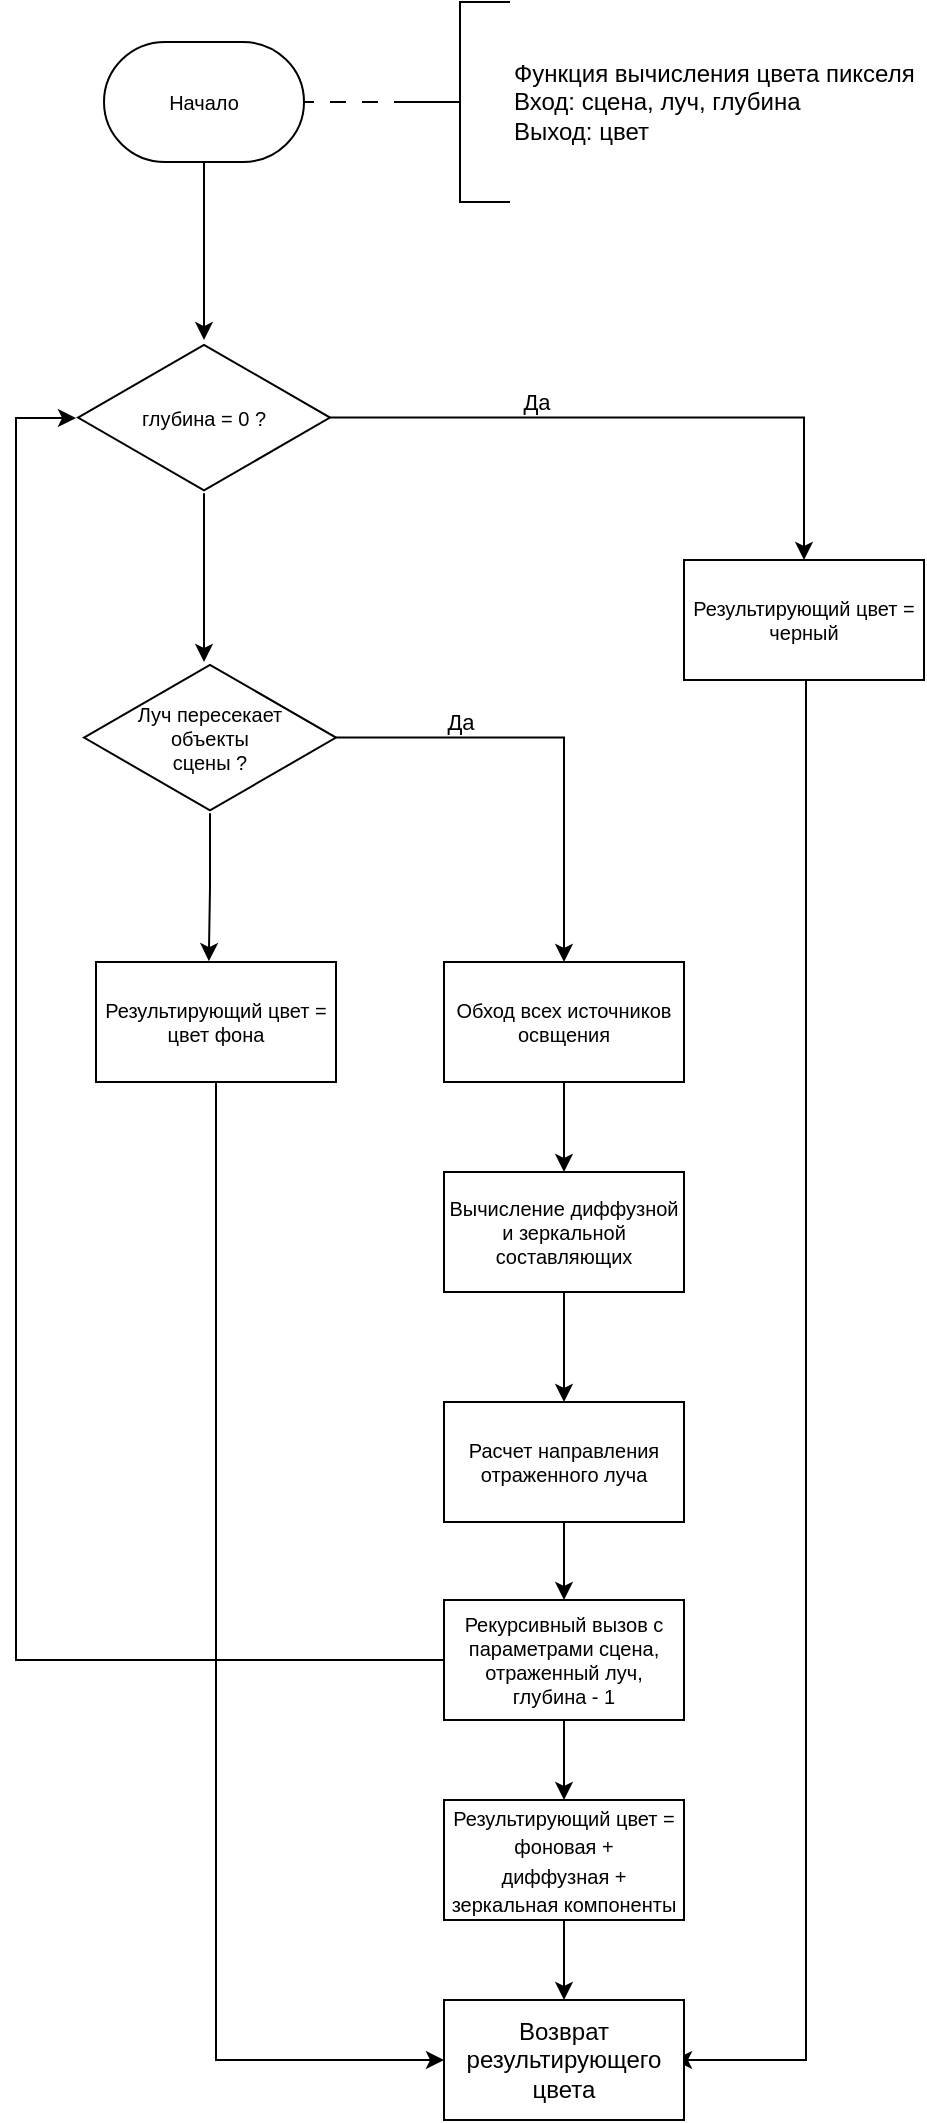
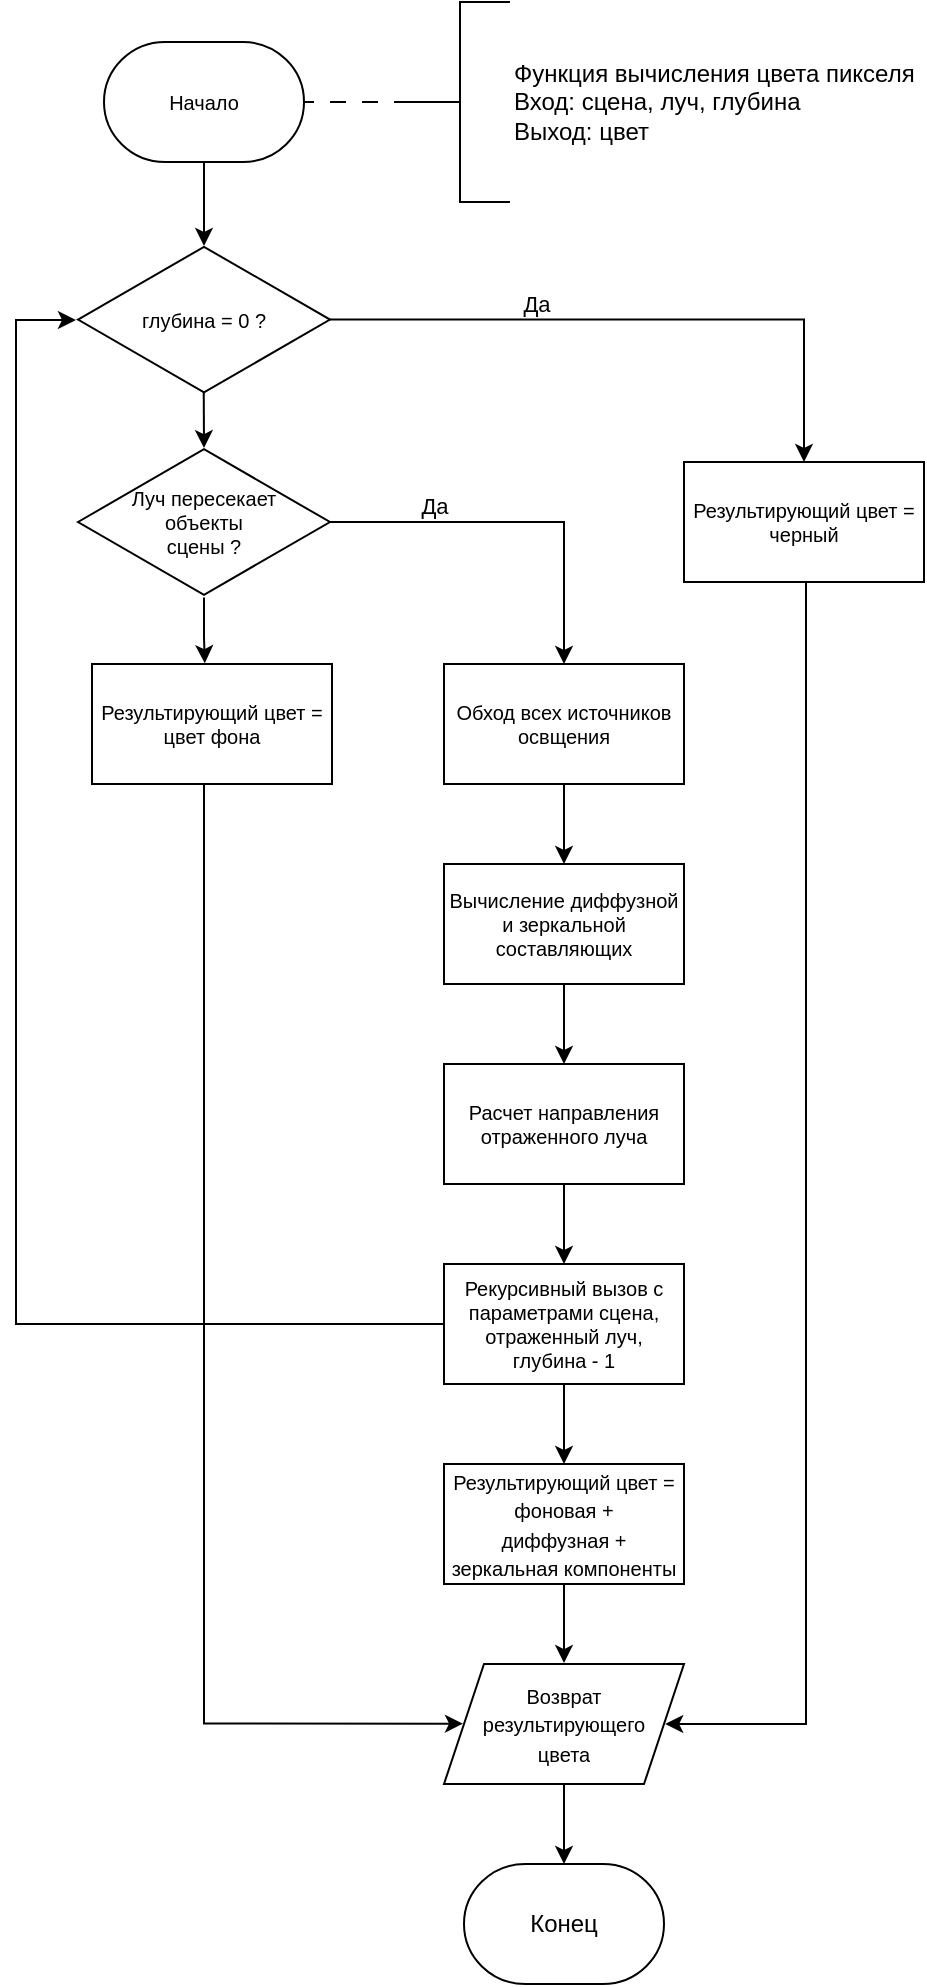
<mxfile host="Electron" agent="Mozilla/5.0 (Windows NT 10.0; Win64; x64) AppleWebKit/537.36 (KHTML, like Gecko) draw.io/26.0.9 Chrome/128.0.6613.186 Electron/32.2.5 Safari/537.36" version="26.0.9">
  <diagram name="Страница — 1" id="JgPFXq7IQemjubNMsndn">
    <mxGraphModel dx="1687" dy="984" grid="1" gridSize="10" guides="1" tooltips="1" connect="1" arrows="1" fold="1" page="1" pageScale="1" pageWidth="827" pageHeight="1169" math="0" shadow="0">
      <root>
        <mxCell id="0" />
        <mxCell id="1" parent="0" />
-         <mxCell id="5NBw73Jhj3xr7V2QmZJ9-1" style="edgeStyle=orthogonalEdgeStyle;rounded=0;orthogonalLoop=1;jettySize=auto;html=1;exitX=0.5;exitY=1;exitDx=0;exitDy=0;entryX=0;entryY=0.5;entryDx=0;entryDy=0;" edge="1" parent="1" source="PTgwIgAsGBQvlemEZ9Fp-4" target="PTgwIgAsGBQvlemEZ9Fp-44">
-           <mxGeometry relative="1" as="geometry" />
+         <mxCell id="pQEX-bEADJOFn7PwIdrX-4" style="edgeStyle=orthogonalEdgeStyle;rounded=0;orthogonalLoop=1;jettySize=auto;html=1;entryX=0.079;entryY=0.497;entryDx=0;entryDy=0;entryPerimeter=0;" parent="1" edge="1" target="pQEX-bEADJOFn7PwIdrX-2">
+           <mxGeometry relative="1" as="geometry">
+             <mxPoint x="304" y="420" as="sourcePoint" />
+             <mxPoint x="420" y="890" as="targetPoint" />
+             <Array as="points">
+               <mxPoint x="304" y="890" />
+             </Array>
+           </mxGeometry>
        </mxCell>
        <mxCell id="PTgwIgAsGBQvlemEZ9Fp-4" value="Результирующий цвет = цвет фона" style="whiteSpace=wrap;html=1;rounded=0;fontSize=10;" parent="1" vertex="1">
-           <mxGeometry x="250" y="501" width="120" height="60" as="geometry" />
+           <mxGeometry x="248" y="360" width="120" height="60" as="geometry" />
        </mxCell>
        <mxCell id="PTgwIgAsGBQvlemEZ9Fp-18" value="" style="edgeStyle=orthogonalEdgeStyle;rounded=0;orthogonalLoop=1;jettySize=auto;html=1;" parent="1" source="PTgwIgAsGBQvlemEZ9Fp-6" target="PTgwIgAsGBQvlemEZ9Fp-17" edge="1">
          <mxGeometry relative="1" as="geometry" />
        </mxCell>
        <mxCell id="PTgwIgAsGBQvlemEZ9Fp-6" value="Обход всех источников освщения" style="whiteSpace=wrap;html=1;rounded=0;fontSize=10;" parent="1" vertex="1">
-           <mxGeometry x="424" y="501" width="120" height="60" as="geometry" />
+           <mxGeometry x="424" y="360" width="120" height="60" as="geometry" />
        </mxCell>
        <mxCell id="PTgwIgAsGBQvlemEZ9Fp-20" value="" style="edgeStyle=orthogonalEdgeStyle;rounded=0;orthogonalLoop=1;jettySize=auto;html=1;" parent="1" source="PTgwIgAsGBQvlemEZ9Fp-17" target="PTgwIgAsGBQvlemEZ9Fp-19" edge="1">
          <mxGeometry relative="1" as="geometry" />
        </mxCell>
        <mxCell id="PTgwIgAsGBQvlemEZ9Fp-17" value="Вычисление диффузной и зеркальной составляющих" style="whiteSpace=wrap;html=1;rounded=0;fontSize=10;" parent="1" vertex="1">
-           <mxGeometry x="424" y="606" width="120" height="60" as="geometry" />
+           <mxGeometry x="424" y="460" width="120" height="60" as="geometry" />
        </mxCell>
        <mxCell id="PTgwIgAsGBQvlemEZ9Fp-40" value="" style="edgeStyle=orthogonalEdgeStyle;rounded=0;orthogonalLoop=1;jettySize=auto;html=1;" parent="1" source="PTgwIgAsGBQvlemEZ9Fp-19" target="PTgwIgAsGBQvlemEZ9Fp-39" edge="1">
          <mxGeometry relative="1" as="geometry" />
        </mxCell>
        <mxCell id="PTgwIgAsGBQvlemEZ9Fp-19" value="Расчет направления отраженного луча" style="whiteSpace=wrap;html=1;rounded=0;fontSize=10;" parent="1" vertex="1">
-           <mxGeometry x="424" y="721" width="120" height="60" as="geometry" />
+           <mxGeometry x="424" y="560" width="120" height="60" as="geometry" />
        </mxCell>
        <mxCell id="PTgwIgAsGBQvlemEZ9Fp-23" value="Начало" style="strokeWidth=1;html=1;shape=mxgraph.flowchart.terminator;whiteSpace=wrap;fontSize=10;" parent="1" vertex="1">
-           <mxGeometry x="254" y="41" width="100" height="60" as="geometry" />
+           <mxGeometry x="254" y="49" width="100" height="60" as="geometry" />
        </mxCell>
        <mxCell id="PTgwIgAsGBQvlemEZ9Fp-25" value="" style="edgeStyle=orthogonalEdgeStyle;rounded=0;orthogonalLoop=1;jettySize=auto;html=1;endArrow=none;startFill=0;dashed=1;dashPattern=8 8;" parent="1" source="PTgwIgAsGBQvlemEZ9Fp-24" target="PTgwIgAsGBQvlemEZ9Fp-23" edge="1">
          <mxGeometry relative="1" as="geometry" />
        </mxCell>
        <mxCell id="PTgwIgAsGBQvlemEZ9Fp-24" value="Функция вычисления цвета пикселя&lt;div&gt;Вход: сцена, луч, глубина&lt;/div&gt;&lt;div&gt;Выход: цвет&lt;/div&gt;" style="strokeWidth=1;html=1;shape=mxgraph.flowchart.annotation_2;align=left;labelPosition=right;pointerEvents=1;" parent="1" vertex="1">
-           <mxGeometry x="407" y="21" width="50" height="100" as="geometry" />
+           <mxGeometry x="407" y="29" width="50" height="100" as="geometry" />
        </mxCell>
        <mxCell id="PTgwIgAsGBQvlemEZ9Fp-29" style="edgeStyle=orthogonalEdgeStyle;rounded=0;orthogonalLoop=1;jettySize=auto;html=1;entryX=0.5;entryY=0;entryDx=0;entryDy=0;" parent="1" source="PTgwIgAsGBQvlemEZ9Fp-28" target="PTgwIgAsGBQvlemEZ9Fp-6" edge="1">
          <mxGeometry relative="1" as="geometry" />
        </mxCell>
        <mxCell id="PTgwIgAsGBQvlemEZ9Fp-38" value="Да" style="edgeLabel;html=1;align=center;verticalAlign=middle;resizable=0;points=[];" parent="PTgwIgAsGBQvlemEZ9Fp-29" vertex="1" connectable="0">
          <mxGeometry x="-0.5113" y="3" relative="1" as="geometry">
            <mxPoint x="6" y="-5" as="offset" />
          </mxGeometry>
        </mxCell>
        <mxCell id="PTgwIgAsGBQvlemEZ9Fp-28" value="&lt;font&gt;Луч пересекает&lt;/font&gt;&lt;div&gt;&lt;font&gt;объекты&lt;/font&gt;&lt;/div&gt;&lt;div&gt;&lt;font&gt;сцены ?&lt;/font&gt;&lt;/div&gt;" style="html=1;whiteSpace=wrap;aspect=fixed;shape=isoRectangle;fontSize=10;" parent="1" vertex="1">
-           <mxGeometry x="244" y="351" width="126" height="75.6" as="geometry" />
+           <mxGeometry x="241" y="251.2" width="126" height="75.6" as="geometry" />
        </mxCell>
        <mxCell id="PTgwIgAsGBQvlemEZ9Fp-30" style="edgeStyle=orthogonalEdgeStyle;rounded=0;orthogonalLoop=1;jettySize=auto;html=1;entryX=0.47;entryY=-0.007;entryDx=0;entryDy=0;entryPerimeter=0;" parent="1" source="PTgwIgAsGBQvlemEZ9Fp-28" target="PTgwIgAsGBQvlemEZ9Fp-4" edge="1">
          <mxGeometry relative="1" as="geometry" />
        </mxCell>
        <mxCell id="PTgwIgAsGBQvlemEZ9Fp-35" value="" style="edgeStyle=orthogonalEdgeStyle;rounded=0;orthogonalLoop=1;jettySize=auto;html=1;" parent="1" source="PTgwIgAsGBQvlemEZ9Fp-33" target="PTgwIgAsGBQvlemEZ9Fp-34" edge="1">
          <mxGeometry relative="1" as="geometry" />
        </mxCell>
        <mxCell id="PTgwIgAsGBQvlemEZ9Fp-36" value="Да" style="edgeLabel;html=1;align=center;verticalAlign=middle;resizable=0;points=[];" parent="PTgwIgAsGBQvlemEZ9Fp-35" vertex="1" connectable="0">
          <mxGeometry x="-0.3322" y="-4" relative="1" as="geometry">
            <mxPoint y="-12" as="offset" />
          </mxGeometry>
        </mxCell>
-         <mxCell id="PTgwIgAsGBQvlemEZ9Fp-37" value="" style="edgeStyle=orthogonalEdgeStyle;rounded=0;orthogonalLoop=1;jettySize=auto;html=1;" parent="1" source="PTgwIgAsGBQvlemEZ9Fp-33" target="PTgwIgAsGBQvlemEZ9Fp-28" edge="1">
+         <mxCell id="PTgwIgAsGBQvlemEZ9Fp-33" value="глубина = 0 ?" style="html=1;whiteSpace=wrap;aspect=fixed;shape=isoRectangle;fontSize=10;" parent="1" vertex="1">
+           <mxGeometry x="241" y="150" width="126" height="75.6" as="geometry" />
+         </mxCell>
+         <mxCell id="5NBw73Jhj3xr7V2QmZJ9-2" style="edgeStyle=orthogonalEdgeStyle;rounded=0;orthogonalLoop=1;jettySize=auto;html=1;entryX=0.922;entryY=0.487;entryDx=0;entryDy=0;entryPerimeter=0;" parent="1" target="pQEX-bEADJOFn7PwIdrX-2" edge="1">
          <mxGeometry relative="1" as="geometry">
+             <mxPoint x="539" y="1009" as="targetPoint" />
+             <mxPoint x="605" y="319" as="sourcePoint" />
            <Array as="points">
-               <mxPoint x="304" y="321" />
-               <mxPoint x="304" y="321" />
-             </Array>
-           </mxGeometry>
-         </mxCell>
-         <mxCell id="PTgwIgAsGBQvlemEZ9Fp-33" value="глубина = 0 ?" style="html=1;whiteSpace=wrap;aspect=fixed;shape=isoRectangle;fontSize=10;" parent="1" vertex="1">
-           <mxGeometry x="241" y="191" width="126" height="75.6" as="geometry" />
-         </mxCell>
-         <mxCell id="5NBw73Jhj3xr7V2QmZJ9-2" style="edgeStyle=orthogonalEdgeStyle;rounded=0;orthogonalLoop=1;jettySize=auto;html=1;entryX=1;entryY=0.5;entryDx=0;entryDy=0;" edge="1" parent="1">
-           <mxGeometry relative="1" as="geometry">
-             <mxPoint x="539" y="1050" as="targetPoint" />
-             <mxPoint x="605" y="360" as="sourcePoint" />
-             <Array as="points">
-               <mxPoint x="605" y="1050" />
+               <mxPoint x="605" y="890" />
+               <mxPoint x="535" y="890" />
            </Array>
          </mxGeometry>
        </mxCell>
        <mxCell id="PTgwIgAsGBQvlemEZ9Fp-34" value="Результирующий цвет = черный" style="whiteSpace=wrap;html=1;fontSize=10;" parent="1" vertex="1">
-           <mxGeometry x="544" y="300" width="120" height="60" as="geometry" />
+           <mxGeometry x="544" y="259" width="120" height="60" as="geometry" />
        </mxCell>
        <mxCell id="PTgwIgAsGBQvlemEZ9Fp-43" value="" style="edgeStyle=orthogonalEdgeStyle;rounded=0;orthogonalLoop=1;jettySize=auto;html=1;" parent="1" source="PTgwIgAsGBQvlemEZ9Fp-39" target="PTgwIgAsGBQvlemEZ9Fp-42" edge="1">
          <mxGeometry relative="1" as="geometry" />
        </mxCell>
        <mxCell id="PTgwIgAsGBQvlemEZ9Fp-39" value="Рекурсивный вызов с параметрами сцена, отраженный луч, глубина - 1" style="whiteSpace=wrap;html=1;rounded=0;fontSize=10;" parent="1" vertex="1">
-           <mxGeometry x="424" y="820" width="120" height="60" as="geometry" />
+           <mxGeometry x="424" y="660" width="120" height="60" as="geometry" />
        </mxCell>
-         <mxCell id="PTgwIgAsGBQvlemEZ9Fp-46" style="edgeStyle=orthogonalEdgeStyle;rounded=0;orthogonalLoop=1;jettySize=auto;html=1;exitX=0.5;exitY=1;exitDx=0;exitDy=0;entryX=0.5;entryY=0;entryDx=0;entryDy=0;" parent="1" source="PTgwIgAsGBQvlemEZ9Fp-42" target="PTgwIgAsGBQvlemEZ9Fp-44" edge="1">
-           <mxGeometry relative="1" as="geometry" />
+         <mxCell id="PTgwIgAsGBQvlemEZ9Fp-46" style="edgeStyle=orthogonalEdgeStyle;rounded=0;orthogonalLoop=1;jettySize=auto;html=1;exitX=0.5;exitY=1;exitDx=0;exitDy=0;entryX=0.5;entryY=-0.008;entryDx=0;entryDy=0;entryPerimeter=0;" parent="1" source="PTgwIgAsGBQvlemEZ9Fp-42" target="pQEX-bEADJOFn7PwIdrX-2" edge="1">
+           <mxGeometry relative="1" as="geometry">
+             <mxPoint x="484" y="979" as="targetPoint" />
+           </mxGeometry>
        </mxCell>
        <mxCell id="PTgwIgAsGBQvlemEZ9Fp-42" value="&lt;font style=&quot;font-size: 10px;&quot;&gt;Результирующий цвет = фоновая +&lt;/font&gt;&lt;div&gt;&lt;font style=&quot;font-size: 10px;&quot;&gt;диффузная + зеркальная компоненты&lt;/font&gt;&lt;/div&gt;" style="whiteSpace=wrap;html=1;rounded=0;" parent="1" vertex="1">
-           <mxGeometry x="424" y="920" width="120" height="60" as="geometry" />
+           <mxGeometry x="424" y="760" width="120" height="60" as="geometry" />
        </mxCell>
-         <mxCell id="PTgwIgAsGBQvlemEZ9Fp-44" value="Возврат результирующего цвета" style="whiteSpace=wrap;html=1;rounded=0;" parent="1" vertex="1">
-           <mxGeometry x="424" y="1020" width="120" height="60" as="geometry" />
-         </mxCell>
-         <mxCell id="PTgwIgAsGBQvlemEZ9Fp-47" style="edgeStyle=orthogonalEdgeStyle;rounded=0;orthogonalLoop=1;jettySize=auto;html=1;entryX=0.5;entryY=-0.013;entryDx=0;entryDy=0;entryPerimeter=0;" parent="1" source="PTgwIgAsGBQvlemEZ9Fp-23" target="PTgwIgAsGBQvlemEZ9Fp-33" edge="1">
+         <mxCell id="PTgwIgAsGBQvlemEZ9Fp-47" style="edgeStyle=orthogonalEdgeStyle;rounded=0;orthogonalLoop=1;jettySize=auto;html=1;entryX=0.5;entryY=0.013;entryDx=0;entryDy=0;entryPerimeter=0;" parent="1" source="PTgwIgAsGBQvlemEZ9Fp-23" target="PTgwIgAsGBQvlemEZ9Fp-33" edge="1">
          <mxGeometry relative="1" as="geometry" />
        </mxCell>
        <mxCell id="_MBhO8ekqR_m6X86OL6a-1" style="edgeStyle=orthogonalEdgeStyle;rounded=0;orthogonalLoop=1;jettySize=auto;html=1;exitX=0;exitY=0.5;exitDx=0;exitDy=0;entryX=-0.008;entryY=0.503;entryDx=0;entryDy=0;entryPerimeter=0;" parent="1" source="PTgwIgAsGBQvlemEZ9Fp-39" target="PTgwIgAsGBQvlemEZ9Fp-33" edge="1">
          <mxGeometry relative="1" as="geometry">
            <Array as="points">
-               <mxPoint x="210" y="850" />
-               <mxPoint x="210" y="229" />
+               <mxPoint x="210" y="690" />
+               <mxPoint x="210" y="188" />
            </Array>
          </mxGeometry>
+         </mxCell>
+         <mxCell id="pQEX-bEADJOFn7PwIdrX-1" value="Конец" style="strokeWidth=1;html=1;shape=mxgraph.flowchart.terminator;whiteSpace=wrap;" parent="1" vertex="1">
+           <mxGeometry x="434" y="960" width="100" height="60" as="geometry" />
+         </mxCell>
+         <mxCell id="pQEX-bEADJOFn7PwIdrX-5" value="" style="edgeStyle=orthogonalEdgeStyle;rounded=0;orthogonalLoop=1;jettySize=auto;html=1;" parent="1" source="pQEX-bEADJOFn7PwIdrX-2" target="pQEX-bEADJOFn7PwIdrX-1" edge="1">
+           <mxGeometry relative="1" as="geometry" />
+         </mxCell>
+         <mxCell id="pQEX-bEADJOFn7PwIdrX-2" value="&lt;font style=&quot;font-size: 10px;&quot;&gt;Возврат результирующего&lt;/font&gt;&lt;div&gt;&lt;font style=&quot;font-size: 10px;&quot;&gt;цвета&lt;/font&gt;&lt;/div&gt;" style="shape=parallelogram;perimeter=parallelogramPerimeter;whiteSpace=wrap;html=1;fixedSize=1;" parent="1" vertex="1">
+           <mxGeometry x="424" y="860" width="120" height="60" as="geometry" />
+         </mxCell>
+         <mxCell id="pQEX-bEADJOFn7PwIdrX-3" style="edgeStyle=orthogonalEdgeStyle;rounded=0;orthogonalLoop=1;jettySize=auto;html=1;entryX=0.5;entryY=0.011;entryDx=0;entryDy=0;entryPerimeter=0;exitX=0.499;exitY=0.98;exitDx=0;exitDy=0;exitPerimeter=0;" parent="1" source="PTgwIgAsGBQvlemEZ9Fp-33" target="PTgwIgAsGBQvlemEZ9Fp-28" edge="1">
+           <mxGeometry relative="1" as="geometry" />
        </mxCell>
      </root>
    </mxGraphModel>
  </diagram>
</mxfile>
